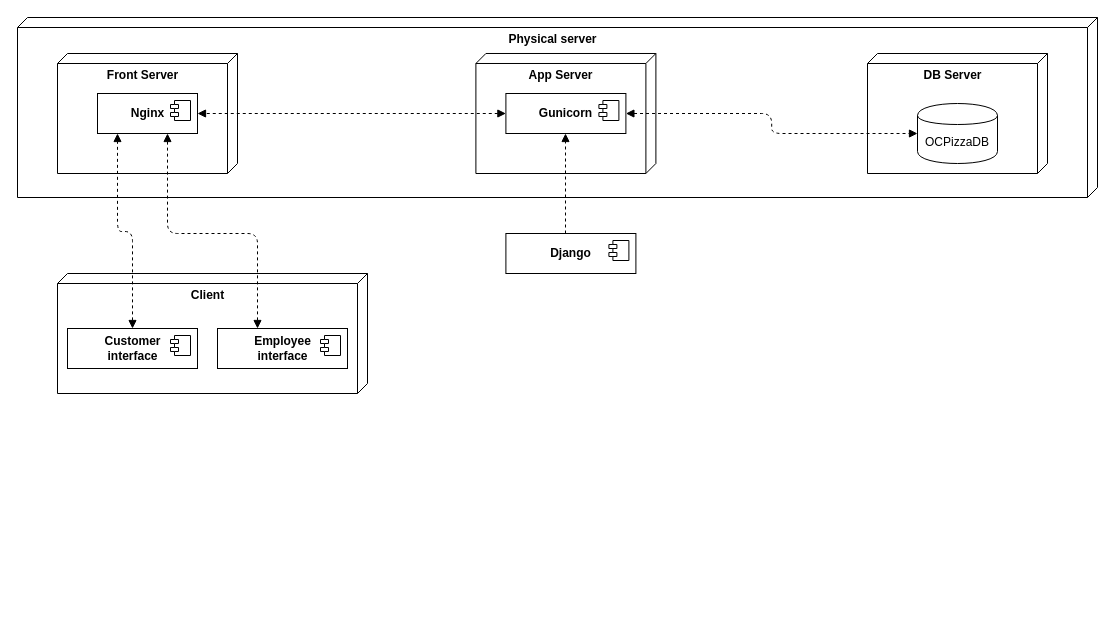
Above: page "DeploymentDiagram" (13 of 13) of Diagrams/OCPizza.drawio in GuillaumeOj/DesignTechnicalSolution (draw.io), before the change. Source tidied: cells renumbered, new cells numbered last; positions are measured from the earlier drawing's top-left corner, leaving out a move shared by most shapes. Both pictures are drawn from the tidied source at 100%, with x=0, y=0 at pixel (17, 17).
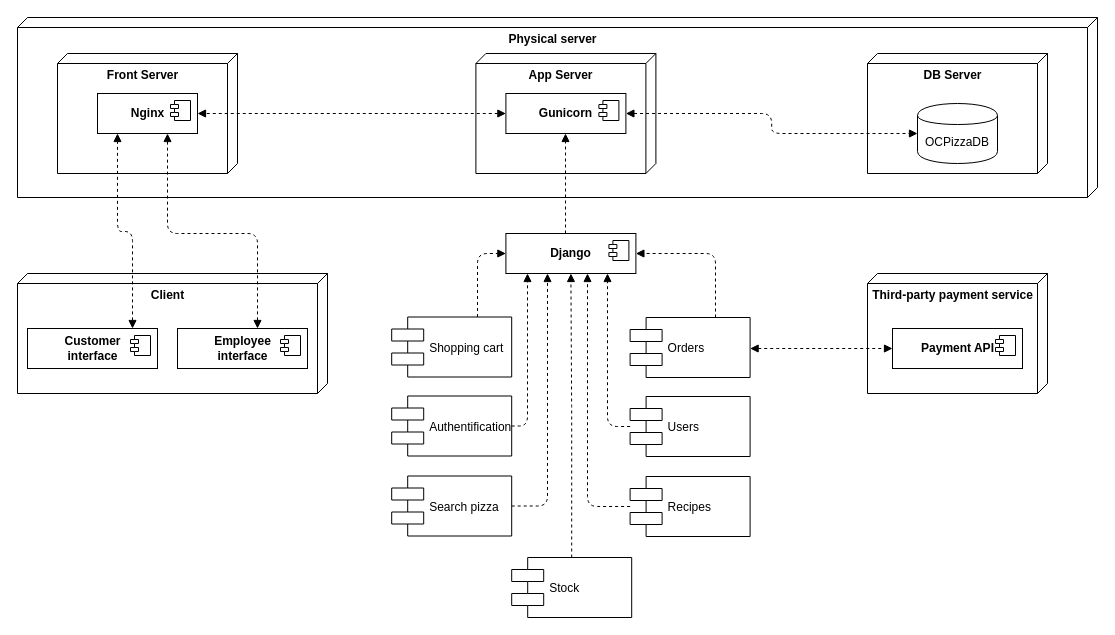
After the change.

The change refers to these unchanged cells:
```xml
<mxCell id="20" value="&lt;b&gt;Django&lt;br&gt;&lt;/b&gt;" style="html=1;" parent="1" vertex="1">
  <mxGeometry x="488.4" y="216" width="130" height="40" as="geometry" />
</mxCell>
```

Change to the diagram source:
```diff
@@
     <mxCell id="6" value="&lt;b&gt;Client&lt;/b&gt;" style="verticalAlign=top;align=center;spacingTop=8;spacingLeft=2;spacingRight=12;shape=cube;size=10;direction=south;fontStyle=0;html=1;" parent="1" vertex="1">
-      <mxGeometry x="40" y="256" width="310" height="120" as="geometry" />
+      <mxGeometry y="256" width="310" height="120" as="geometry" />
     </mxCell>
@@
     <mxCell id="16" value="&lt;b&gt;Customer&lt;br&gt;interface&lt;br&gt;&lt;/b&gt;" style="html=1;" parent="1" vertex="1">
-      <mxGeometry x="50" y="311" width="130" height="40" as="geometry" />
+      <mxGeometry x="10" y="311" width="130" height="40" as="geometry" />
     </mxCell>
@@
     <mxCell id="18" value="&lt;b&gt;Employee&lt;br&gt;interface&lt;br&gt;&lt;/b&gt;" style="html=1;" parent="1" vertex="1">
-      <mxGeometry x="200" y="311" width="130" height="40" as="geometry" />
+      <mxGeometry x="160" y="311" width="130" height="40" as="geometry" />
     </mxCell>
@@
+    <mxCell id="23" value="&lt;b&gt;Third-party payment service&lt;/b&gt;" style="verticalAlign=top;align=center;spacingTop=8;spacingLeft=2;spacingRight=12;shape=cube;size=10;direction=south;fontStyle=0;html=1;" parent="1" vertex="1">
+      <mxGeometry x="850" y="256" width="180" height="120" as="geometry" />
+    </mxCell>
+    <mxCell id="24" value="&lt;b&gt;Payment API&lt;br&gt;&lt;/b&gt;" style="html=1;" parent="1" vertex="1">
+      <mxGeometry x="875" y="311" width="130" height="40" as="geometry" />
+    </mxCell>
+    <mxCell id="25" style="shape=component;jettyWidth=8;jettyHeight=4;" parent="24" vertex="1">
+      <mxGeometry x="1" width="20" height="20" relative="1" as="geometry">
+        <mxPoint x="-27" y="7" as="offset" />
+      </mxGeometry>
+    </mxCell>
+    <mxCell id="26" value="Stock" style="shape=component;align=left;spacingLeft=36;" parent="1" vertex="1">
+      <mxGeometry x="494.2" y="540" width="120" height="60" as="geometry" />
+    </mxCell>
+    <mxCell id="27" value="Search pizza" style="shape=component;align=left;spacingLeft=36;" parent="1" vertex="1">
+      <mxGeometry x="374.2" y="458.5" width="120" height="60" as="geometry" />
+    </mxCell>
+    <mxCell id="28" value="Authentification" style="shape=component;align=left;spacingLeft=36;shadow=0;" parent="1" vertex="1">
+      <mxGeometry x="374.2" y="378.5" width="120" height="60" as="geometry" />
+    </mxCell>
+    <mxCell id="29" value="Shopping cart" style="shape=component;align=left;spacingLeft=36;" parent="1" vertex="1">
+      <mxGeometry x="374.2" y="299.5" width="120" height="60" as="geometry" />
+    </mxCell>
+    <mxCell id="30" value="Orders" style="shape=component;align=left;spacingLeft=36;" parent="1" vertex="1">
+      <mxGeometry x="612.6" y="300" width="120" height="60" as="geometry" />
+    </mxCell>
+    <mxCell id="31" value="Users" style="shape=component;align=left;spacingLeft=36;" parent="1" vertex="1">
+      <mxGeometry x="612.6" y="379" width="120" height="60" as="geometry" />
+    </mxCell>
+    <mxCell id="32" value="Recipes" style="shape=component;align=left;spacingLeft=36;" parent="1" vertex="1">
+      <mxGeometry x="612.6" y="459" width="120" height="60" as="geometry" />
+    </mxCell>
+    <mxCell id="33" style="jettySize=auto;html=1;dashed=1;startArrow=none;startFill=0;endArrow=block;endFill=1;edgeStyle=orthogonalEdgeStyle;rounded=1;" parent="1" edge="1" source="29" target="20">
+      <mxGeometry relative="1" as="geometry">
+        <Array as="points">
+          <mxPoint x="460" y="236" />
+        </Array>
+      </mxGeometry>
+    </mxCell>
+    <mxCell id="34" style="jettySize=auto;html=1;dashed=1;startArrow=none;startFill=0;endArrow=block;endFill=1;edgeStyle=orthogonalEdgeStyle;rounded=1;" parent="1" edge="1" source="30" target="20">
+      <mxGeometry relative="1" as="geometry">
+        <Array as="points">
+          <mxPoint x="698" y="236" />
+        </Array>
+      </mxGeometry>
+    </mxCell>
+    <mxCell id="35" style="jettySize=auto;html=1;dashed=1;startArrow=none;startFill=0;endArrow=block;endFill=1;edgeStyle=orthogonalEdgeStyle;rounded=1;" parent="1" edge="1" source="28" target="20">
+      <mxGeometry relative="1" as="geometry">
+        <Array as="points">
+          <mxPoint x="510" y="409" />
+        </Array>
+      </mxGeometry>
+    </mxCell>
+    <mxCell id="36" style="jettySize=auto;html=1;dashed=1;startArrow=none;startFill=0;endArrow=block;endFill=1;edgeStyle=orthogonalEdgeStyle;rounded=1;" parent="1" edge="1" source="31" target="20">
+      <mxGeometry relative="1" as="geometry">
+        <Array as="points">
+          <mxPoint x="590" y="409" />
+        </Array>
+      </mxGeometry>
+    </mxCell>
+    <mxCell id="37" style="jettySize=auto;html=1;dashed=1;startArrow=none;startFill=0;endArrow=block;endFill=1;edgeStyle=orthogonalEdgeStyle;rounded=1;" parent="1" edge="1" source="27" target="20">
+      <mxGeometry relative="1" as="geometry">
+        <Array as="points">
+          <mxPoint x="530" y="489" />
+        </Array>
+      </mxGeometry>
+    </mxCell>
+    <mxCell id="38" style="jettySize=auto;html=1;dashed=1;startArrow=none;startFill=0;endArrow=block;endFill=1;edgeStyle=orthogonalEdgeStyle;rounded=1;" parent="1" edge="1" source="32" target="20">
+      <mxGeometry relative="1" as="geometry">
+        <Array as="points">
+          <mxPoint x="570" y="489" />
+        </Array>
+      </mxGeometry>
+    </mxCell>
+    <mxCell id="39" style="jettySize=auto;html=1;dashed=1;startArrow=none;startFill=0;endArrow=block;endFill=1;edgeStyle=orthogonalEdgeStyle;rounded=1;" parent="1" edge="1" source="26" target="20">
+      <mxGeometry relative="1" as="geometry" />
+    </mxCell>
+    <mxCell id="40" style="edgeStyle=orthogonalEdgeStyle;rounded=1;jettySize=auto;html=1;startFill=1;endArrow=block;endFill=1;startArrow=block;dashed=1;" parent="1" edge="1" source="30" target="24">
+      <mxGeometry relative="1" as="geometry">
+        <Array as="points">
+          <mxPoint x="770" y="331" />
+          <mxPoint x="770" y="331" />
+        </Array>
+      </mxGeometry>
+    </mxCell>
```
